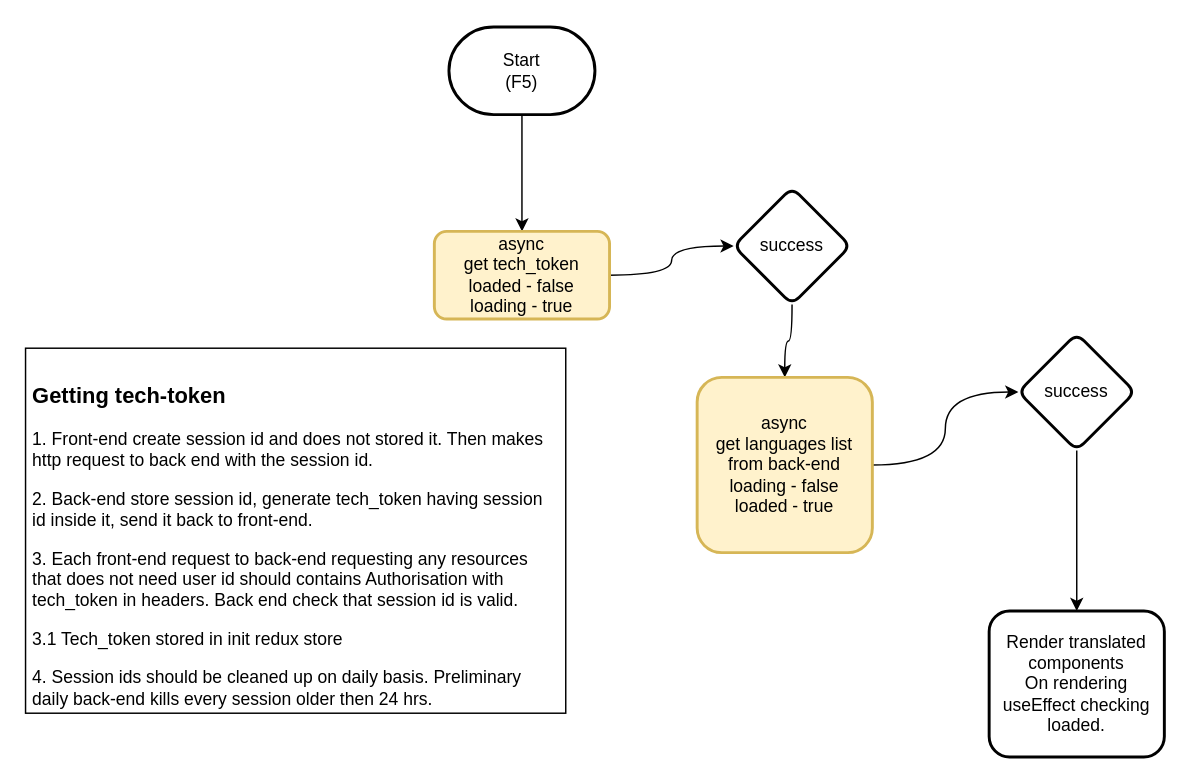
Before: page "init procedure" (3 of 12) of market-coffee.drawio in Sergey190309/220415-market-caffee, a draw.io diagram. Source tidied: cells renumbered, new cells numbered last; positions are measured from the earlier drawing's top-left corner, leaving out a move shared by most shapes. Both pictures are drawn from the tidied source at 146%, with x=0, y=0 at pixel (25, 26).
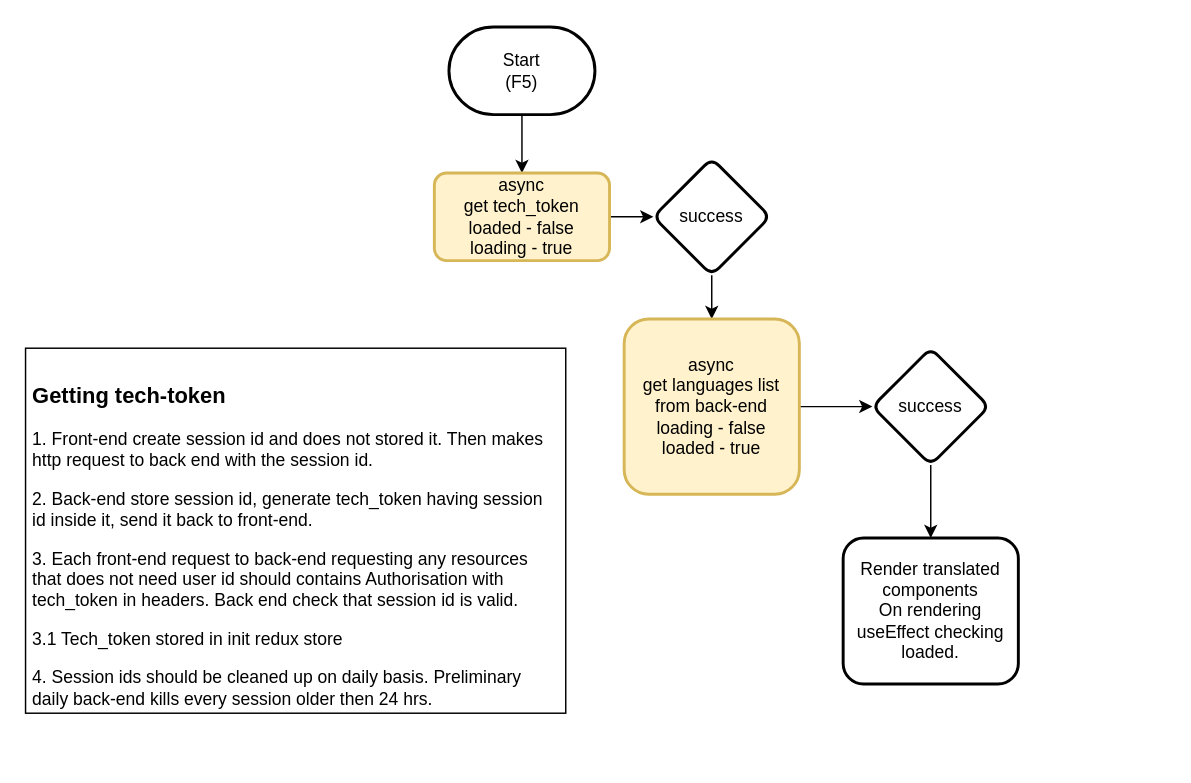
Above is the later version.

The edit, as a diff of the source:
```diff
@@
 <mxGraphModel>
   <root>
     <mxCell id="0" />
     <mxCell id="1" parent="0" />
-    <mxCell id="2" style="edgeStyle=orthogonalEdgeStyle;rounded=0;jettySize=auto;html=1;curved=1;" parent="1" edge="1" source="3">
-      <mxGeometry relative="1" as="geometry">
-        <mxPoint x="340" y="140" as="targetPoint" />
-      </mxGeometry>
+    <mxCell id="2" style="edgeStyle=orthogonalEdgeStyle;rounded=0;jettySize=auto;html=1;curved=1;entryX=0.5;entryY=0;entryDx=0;entryDy=0;" parent="1" edge="1" source="3" target="9">
+      <mxGeometry relative="1" as="geometry" />
     </mxCell>
     <mxCell id="3" value="Start&lt;br&gt;(F5)" style="strokeWidth=2;html=1;shape=mxgraph.flowchart.terminator;whiteSpace=wrap;" parent="1" vertex="1">
       <mxGeometry x="290" width="100" height="60" as="geometry" />
     </mxCell>
     <mxCell id="4" style="edgeStyle=orthogonalEdgeStyle;rounded=0;jettySize=auto;html=1;exitX=1;exitY=0.5;exitDx=0;exitDy=0;curved=1;" parent="1" edge="1" source="9" target="6">
       <mxGeometry relative="1" as="geometry" />
     </mxCell>
     <mxCell id="5" style="edgeStyle=orthogonalEdgeStyle;rounded=0;jettySize=auto;html=1;curved=1;" parent="1" edge="1" source="6" target="8">
       <mxGeometry relative="1" as="geometry" />
     </mxCell>
     <mxCell id="6" value="success" style="rhombus;whiteSpace=wrap;html=1;rounded=1;strokeWidth=2;arcSize=14;" parent="1" vertex="1">
-      <mxGeometry x="485" y="110" width="80" height="80" as="geometry" />
+      <mxGeometry x="430" y="90" width="80" height="80" as="geometry" />
     </mxCell>
     <mxCell id="7" style="edgeStyle=orthogonalEdgeStyle;rounded=0;jettySize=auto;html=1;curved=1;" parent="1" edge="1" source="8" target="11">
       <mxGeometry relative="1" as="geometry" />
     </mxCell>
     <mxCell id="8" value="async&lt;br&gt;get languages list&lt;br&gt;from back-end&lt;br&gt;loading - false&lt;br&gt;loaded - true" style="whiteSpace=wrap;html=1;rounded=1;strokeWidth=2;arcSize=14;fillColor=#fff2cc;strokeColor=#d6b656;" parent="1" vertex="1">
-      <mxGeometry x="460" y="240" width="120" height="120" as="geometry" />
+      <mxGeometry x="410" y="200" width="120" height="120" as="geometry" />
     </mxCell>
     <mxCell id="9" value="async&lt;br&gt;get tech_token&lt;br&gt;loaded - false&lt;br&gt;loading - true" style="whiteSpace=wrap;html=1;rounded=1;strokeWidth=2;arcSize=14;fillColor=#fff2cc;strokeColor=#d6b656;" parent="1" vertex="1">
-      <mxGeometry x="280" y="140" width="120" height="60" as="geometry" />
+      <mxGeometry x="280" y="100" width="120" height="60" as="geometry" />
     </mxCell>
     <mxCell id="10" style="edgeStyle=orthogonalEdgeStyle;rounded=0;jettySize=auto;html=1;curved=1;" parent="1" edge="1" source="11" target="12">
       <mxGeometry relative="1" as="geometry" />
     </mxCell>
     <mxCell id="11" value="success" style="rhombus;whiteSpace=wrap;html=1;rounded=1;strokeWidth=2;arcSize=14;" parent="1" vertex="1">
-      <mxGeometry x="680" y="210" width="80" height="80" as="geometry" />
+      <mxGeometry x="580" y="220" width="80" height="80" as="geometry" />
     </mxCell>
     <mxCell id="12" value="Render translated components&lt;br&gt;On rendering useEffect checking loaded." style="whiteSpace=wrap;html=1;rounded=1;strokeWidth=2;arcSize=14;" parent="1" vertex="1">
-      <mxGeometry x="660" y="400" width="120" height="100" as="geometry" />
+      <mxGeometry x="560" y="350" width="120" height="100" as="geometry" />
     </mxCell>
     <mxCell id="13" parent="0" />
     <mxCell id="14" value="&lt;h3&gt;&lt;font style=&quot;font-size: 15px&quot;&gt;Getting tech-token&amp;nbsp;&lt;/font&gt;&lt;/h3&gt;&lt;p&gt;&lt;font face=&quot;Helvetica&quot;&gt;1. Front-end create session id and does not stored it. Then makes http request to back end with the session id.&lt;/font&gt;&lt;/p&gt;&lt;p&gt;&lt;font face=&quot;Helvetica&quot;&gt;2. Back-end store session id, generate tech_token having session id inside it, send it back to front-end.&lt;/font&gt;&lt;/p&gt;&lt;p&gt;&lt;font face=&quot;Helvetica&quot;&gt;3. Each front-end request to back-end requesting any resources that does not need user id should contains Authorisation with tech_token in headers. Back end check that session id is valid.&lt;/font&gt;&lt;/p&gt;&lt;p&gt;&lt;font face=&quot;Helvetica&quot;&gt;3.1 Tech_token stored in init redux store&lt;/font&gt;&lt;/p&gt;&lt;p&gt;&lt;font face=&quot;Helvetica&quot;&gt;4. Session ids should be cleaned up on daily basis. Preliminary daily back-end kills every session older then 24 hrs.&lt;/font&gt;&lt;/p&gt;" style="text;fillColor=none;spacing=5;spacingTop=0;overflow=hidden;rounded=0;whiteSpace=wrap;html=1;verticalAlign=top;align=left;horizontal=1;strokeColor=#000000;" parent="13" vertex="1">
       <mxGeometry y="220" width="370" height="250" as="geometry" />
     </mxCell>
   </root>
 </mxGraphModel>
```
